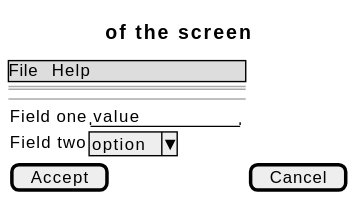
didactika/kampus keeps this PlantUML diagram as docs/01-requirements/use-cases/signIn/wireframes.svg. Above is the earlier version. The source it was exported from:
```plantuml
@startsalt
{
  {* File | Help }
  ==
  Title of the screen
  --
  {
    Field one | "value        "
    Field two | ^option^
  }
  [ Accept ] | [ Cancel ]
}
@endsalt
```
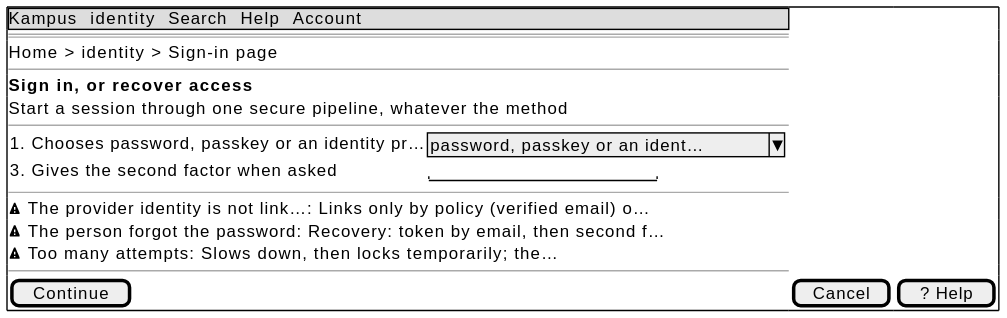
Later version of the same file.

Diff of the diagram source:
```diff
@@ -1,13 +1,21 @@
 @startsalt
-{
-  {* File | Help }
+{+
+  {* Kampus | identity | Search | Help | Account }
   ==
-  Title of the screen
+  Home > identity > Sign-in page
+  --
+  <b>Sign in, or recover access
+  Start a session through one secure pipeline, whatever the method
   --
   {
-    Field one | "value        "
-    Field two | ^option^
+    1. Chooses password, passkey or an identity pr… | ^password, passkey or an ident…^
+    3. Gives the second factor when asked | "                    "
   }
-  [ Accept ] | [ Cancel ]
+  --
+  <&warning> The provider identity is not link…: Links only by policy (verified email) o…
+  <&warning> The person forgot the password: Recovery: token by email, then second f…
+  <&warning> Too many attempts: Slows down, then locks temporarily; the…
+  --
+  [ Continue ] | [ Cancel ] | [ ? Help ]
 }
 @endsalt
```
